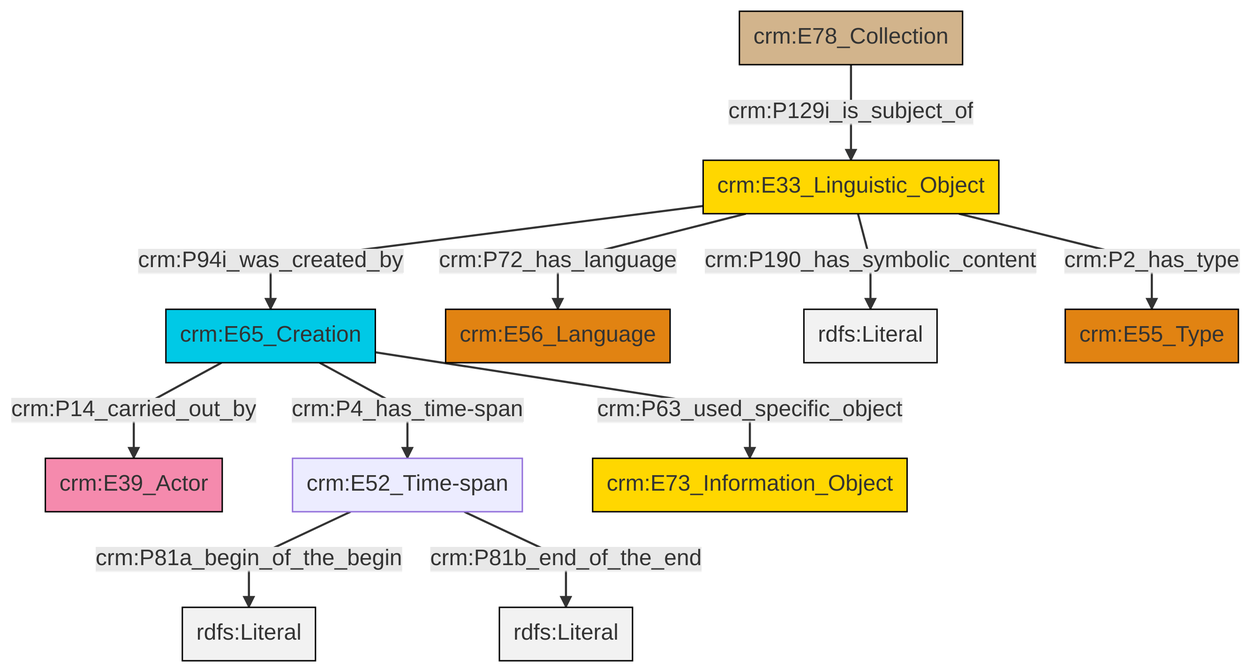
This is et/archivalCSV/ttl/mmd/png/archival_desc.png from swiss-art-research-net/docs.swissartresearch, a Mermaid export, as it was before one commit. Its source is kept beside it as et/archivalCSV/ttl/mmd/archival_desc.ttl.mmd.
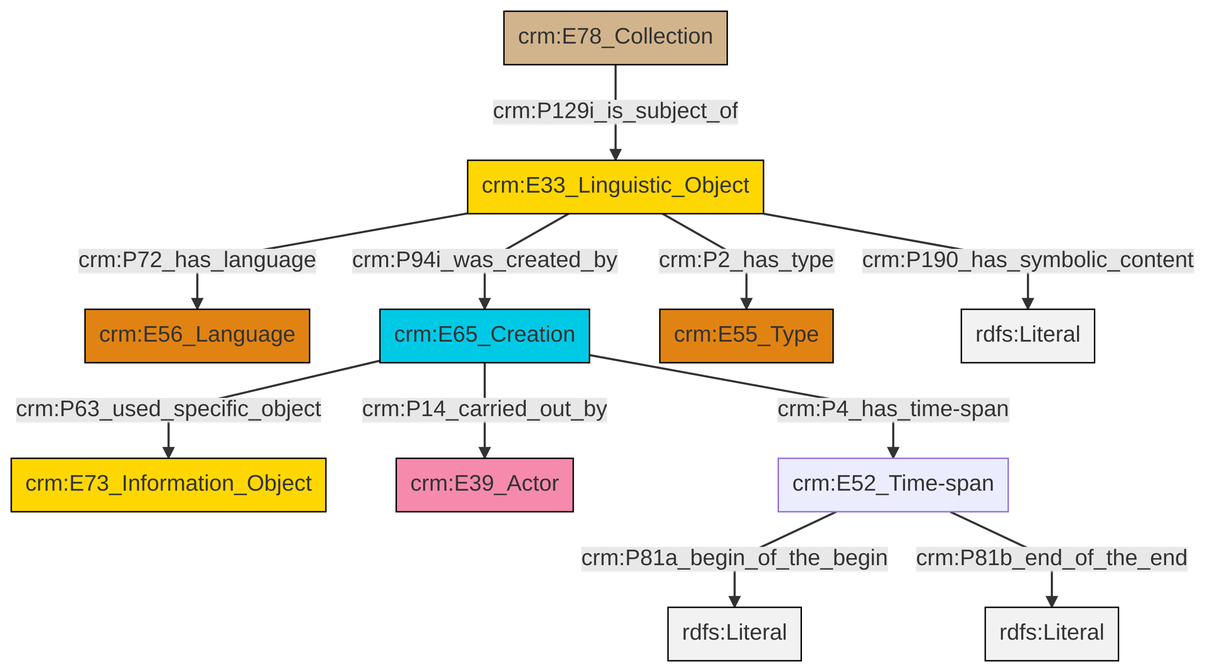
The same file after the commit.

Change to the diagram source:
```diff
@@ -13,13 +13,13 @@
 classDef PC_Classes fill:#4ce600, stroke:#000000;
 classDef Multi fill:#cccccc,stroke:#000000;
 
-6["crm:E65_Creation"]:::Temporal_Entity -->|crm:P14_carried_out_by| 0["crm:E39_Actor"]:::Actor
-6["crm:E65_Creation"]:::Temporal_Entity -->|crm:P4_has_time-span| 4["crm:E52_Time-span"]:::Default
-12["crm:E33_Linguistic_Object"]:::Conceptual_Object -->|crm:P190_has_symbolic_content| 13[rdfs:Literal]:::Literal
-12["crm:E33_Linguistic_Object"]:::Conceptual_Object -->|crm:P2_has_type| 15["crm:E55_Type"]:::Type
-4["crm:E52_Time-span"]:::Default -->|crm:P81a_begin_of_the_begin| 16[rdfs:Literal]:::Literal
-6["crm:E65_Creation"]:::Temporal_Entity -->|crm:P63_used_specific_object| 10["crm:E73_Information_Object"]:::Conceptual_Object
-4["crm:E52_Time-span"]:::Default -->|crm:P81b_end_of_the_end| 17[rdfs:Literal]:::Literal
-12["crm:E33_Linguistic_Object"]:::Conceptual_Object -->|crm:P72_has_language| 8["crm:E56_Language"]:::Type
-12["crm:E33_Linguistic_Object"]:::Conceptual_Object -->|crm:P94i_was_created_by| 6["crm:E65_Creation"]:::Temporal_Entity
-2["crm:E78_Collection"]:::Physical_Thing -->|crm:P129i_is_subject_of| 12["crm:E33_Linguistic_Object"]:::Conceptual_Object
+4["crm:E65_Creation"]:::Temporal_Entity -->|crm:P63_used_specific_object| 2["crm:E73_Information_Object"]:::Conceptual_Object
+13["crm:E78_Collection"]:::Physical_Thing -->|crm:P129i_is_subject_of| 11["crm:E33_Linguistic_Object"]:::Conceptual_Object
+11["crm:E33_Linguistic_Object"]:::Conceptual_Object -->|crm:P2_has_type| 7["crm:E55_Type"]:::Type
+11["crm:E33_Linguistic_Object"]:::Conceptual_Object -->|crm:P94i_was_created_by| 4["crm:E65_Creation"]:::Temporal_Entity
+4["crm:E65_Creation"]:::Temporal_Entity -->|crm:P4_has_time-span| 9["crm:E52_Time-span"]:::Default
+9["crm:E52_Time-span"]:::Default -->|crm:P81a_begin_of_the_begin| 16[rdfs:Literal]:::Literal
+11["crm:E33_Linguistic_Object"]:::Conceptual_Object -->|crm:P72_has_language| 0["crm:E56_Language"]:::Type
+9["crm:E52_Time-span"]:::Default -->|crm:P81b_end_of_the_end| 17[rdfs:Literal]:::Literal
+11["crm:E33_Linguistic_Object"]:::Conceptual_Object -->|crm:P190_has_symbolic_content| 18[rdfs:Literal]:::Literal
+4["crm:E65_Creation"]:::Temporal_Entity -->|crm:P14_carried_out_by| 5["crm:E39_Actor"]:::Actor
```
